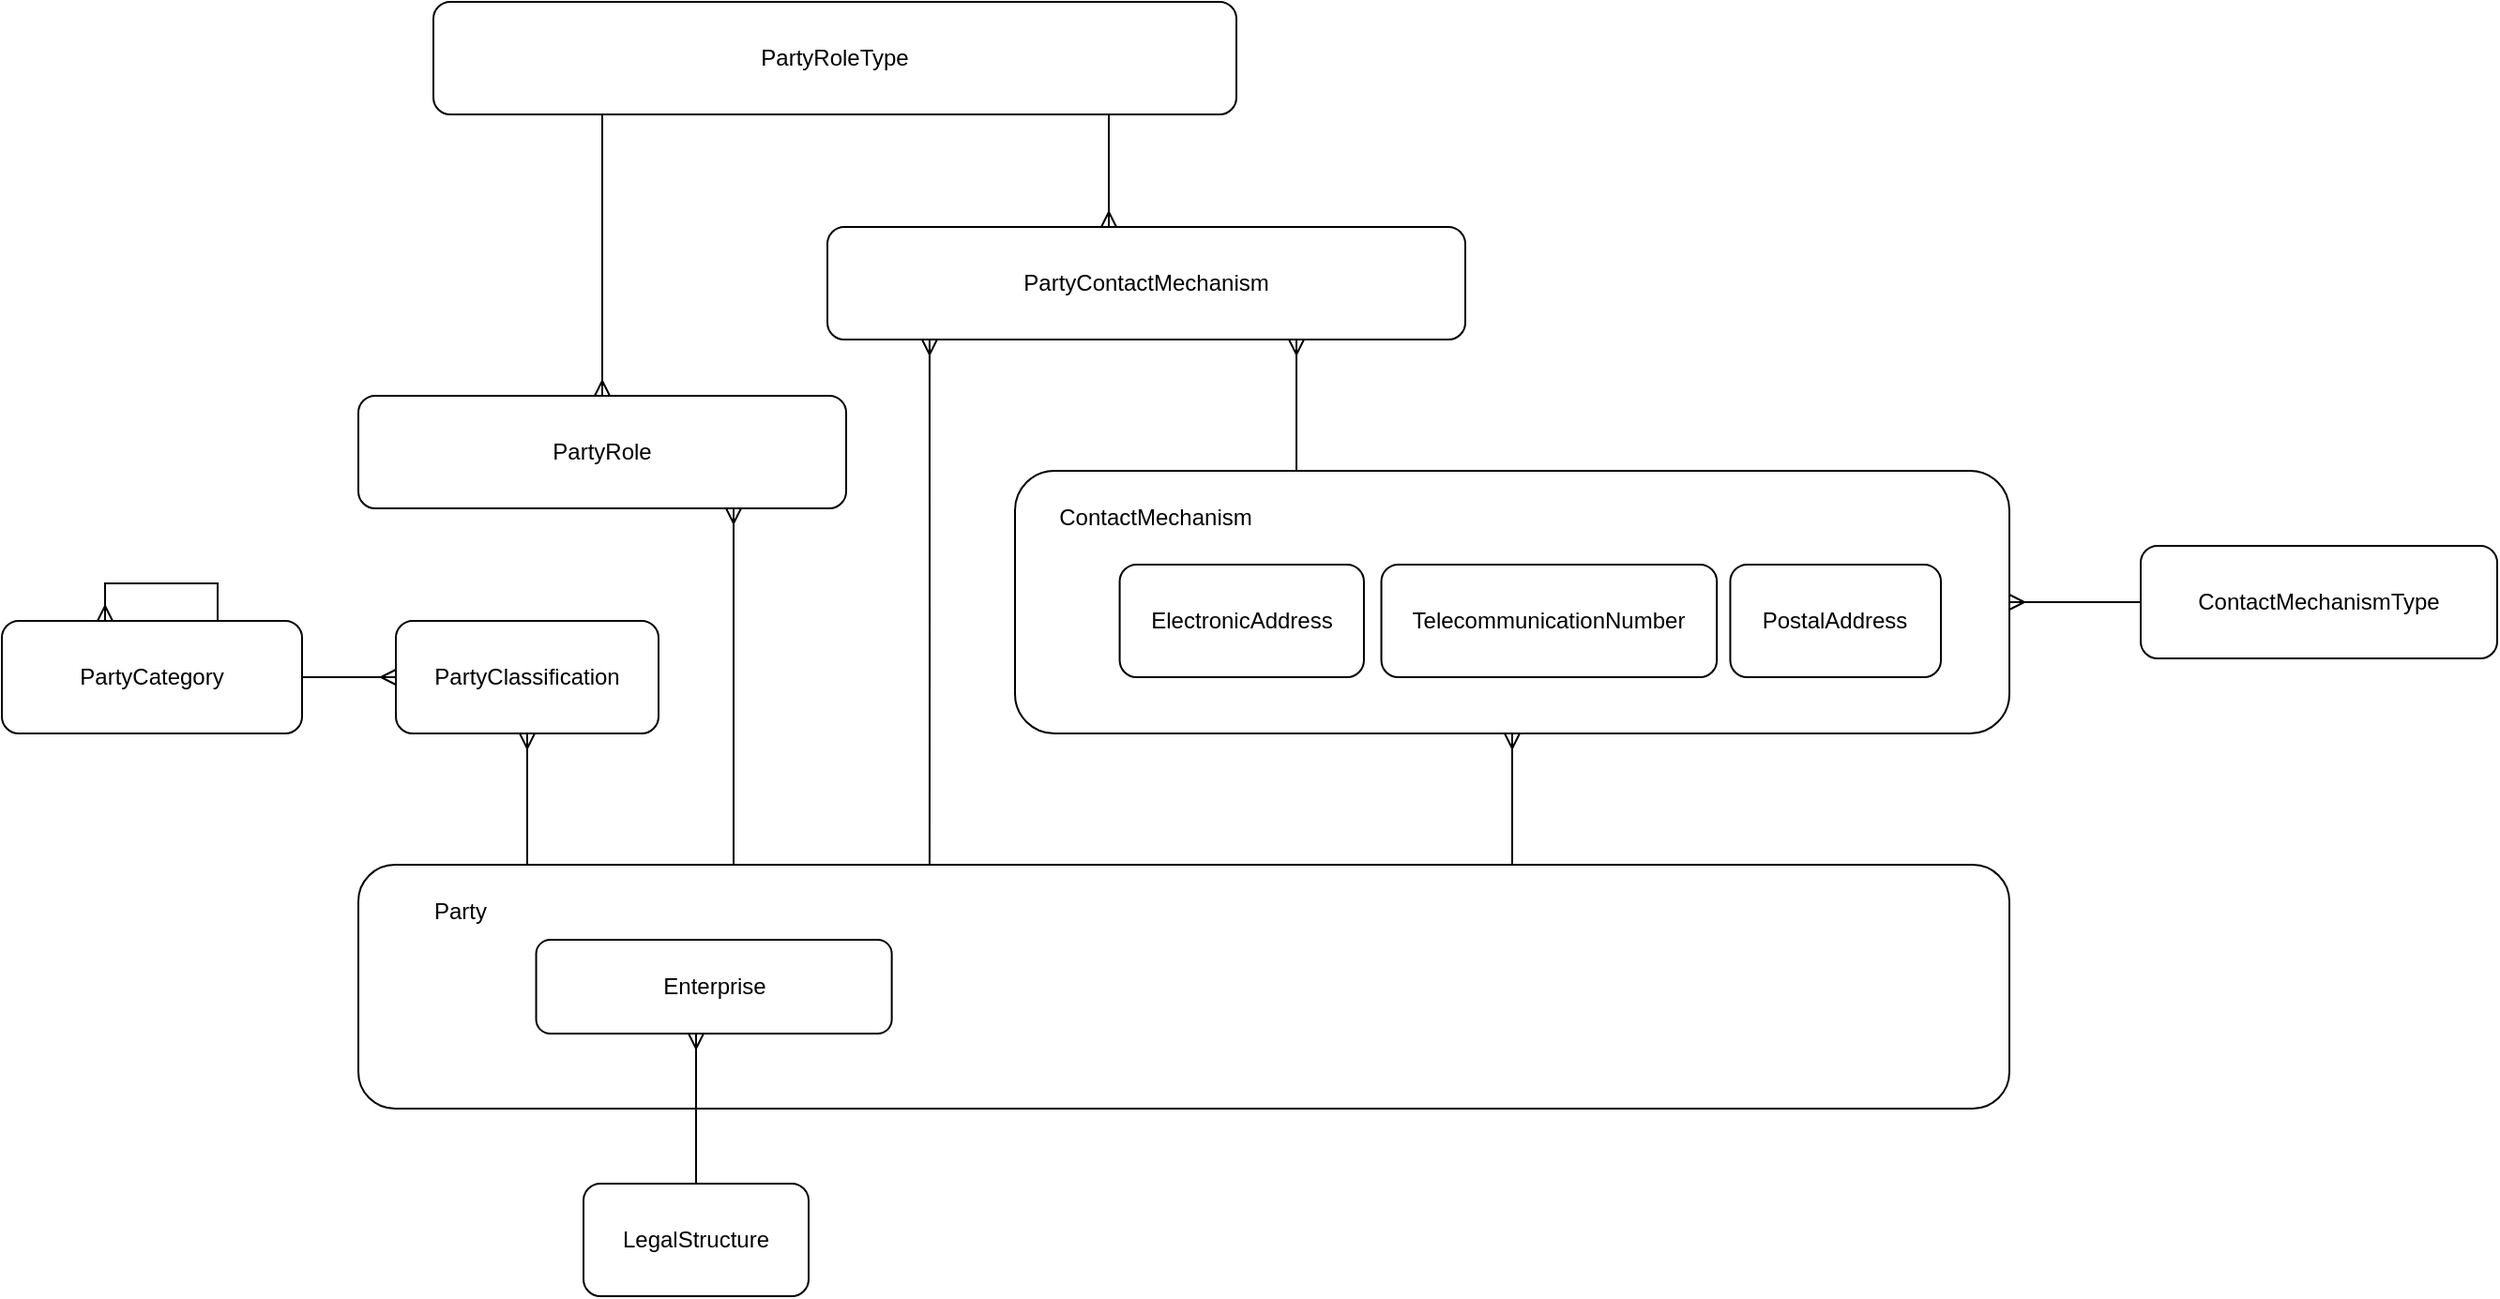
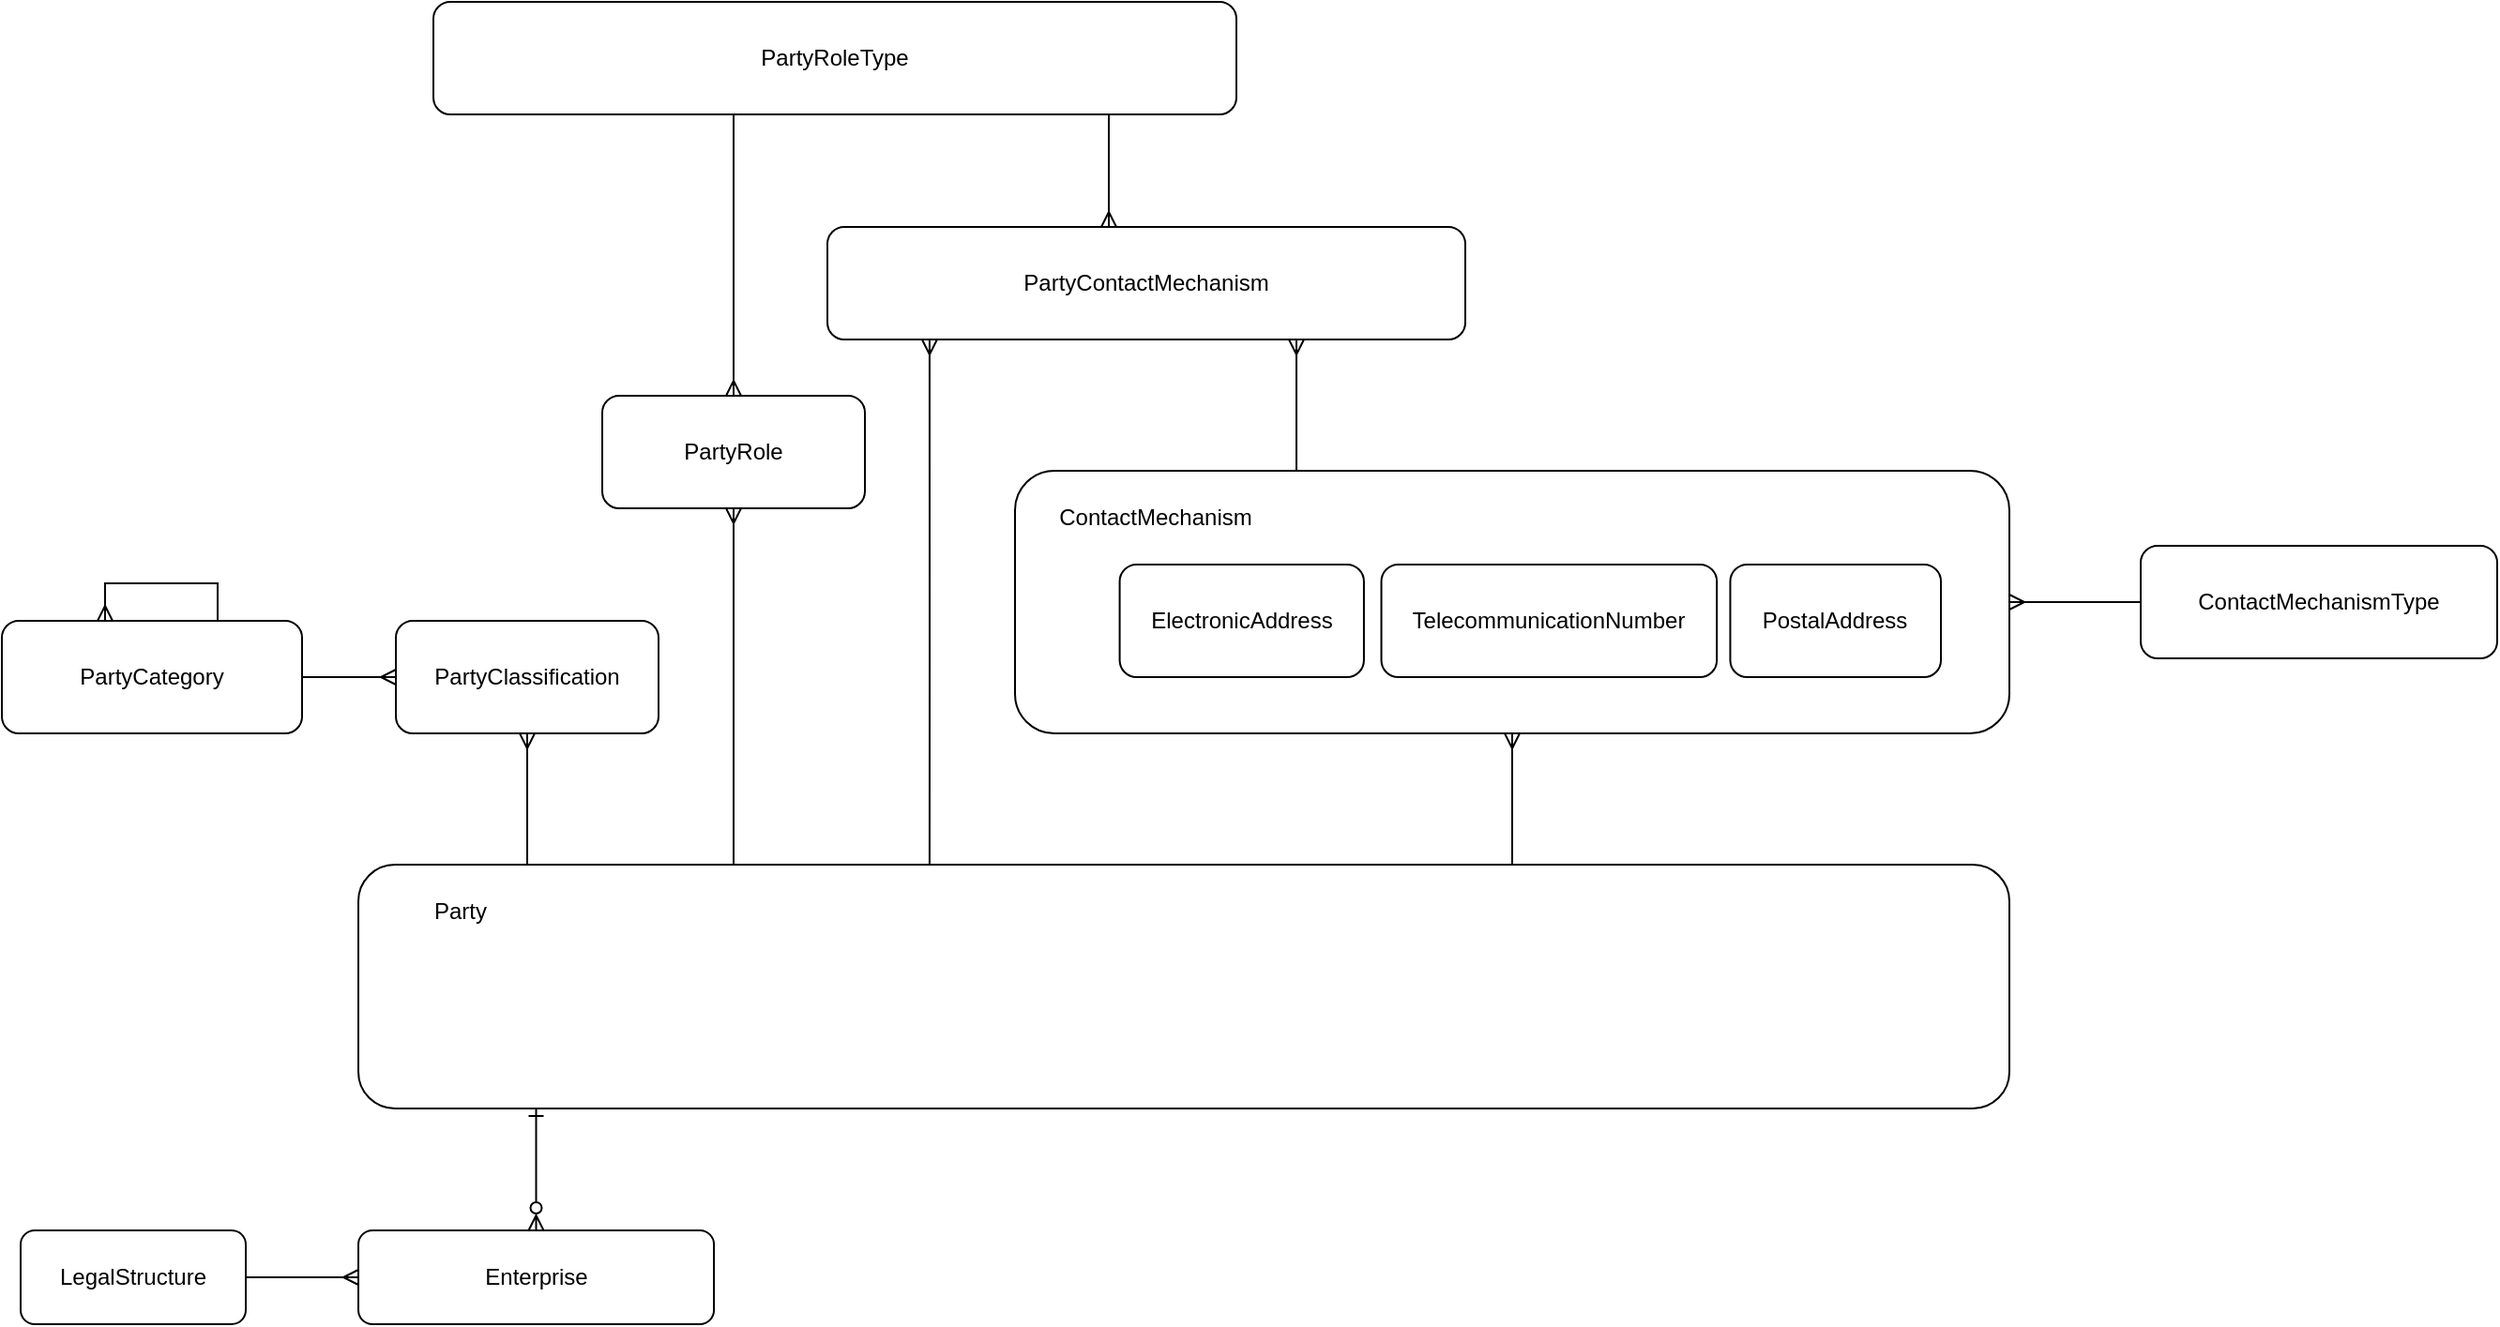
<mxfile host="app.diagrams.net" agent="Mozilla/5.0 (Windows NT 10.0; Win64; x64) AppleWebKit/537.36 (KHTML, like Gecko) Chrome/141.0.0.0 Safari/537.36" version="28.2.9">
  <diagram name="Page-1" id="d0nJ6Fx9cUZLMqGtfM0H">
-     <mxGraphModel dx="1918" dy="1618" grid="1" gridSize="10" guides="1" tooltips="1" connect="1" arrows="1" fold="1" page="1" pageScale="1" pageWidth="850" pageHeight="1100" math="0" shadow="0">
+     <mxGraphModel dx="1718" dy="1618" grid="1" gridSize="10" guides="1" tooltips="1" connect="1" arrows="1" fold="1" page="1" pageScale="1" pageWidth="850" pageHeight="1100" math="0" shadow="0">
      <root>
        <mxCell id="0" />
        <mxCell id="1" parent="0" />
        <mxCell id="tdPrWEJd15tEannaNgth-4" style="edgeStyle=orthogonalEdgeStyle;rounded=0;orthogonalLoop=1;jettySize=auto;html=1;startArrow=ERmany;startFill=0;endArrow=none;endFill=0;" edge="1" parent="1" source="tdPrWEJd15tEannaNgth-2" target="tdPrWEJd15tEannaNgth-3">
          <mxGeometry relative="1" as="geometry" />
        </mxCell>
        <mxCell id="tdPrWEJd15tEannaNgth-3" value="ContactMechanismType" style="rounded=1;whiteSpace=wrap;html=1;" vertex="1" parent="1">
          <mxGeometry x="600" y="240" width="190" height="60" as="geometry" />
        </mxCell>
        <mxCell id="tdPrWEJd15tEannaNgth-13" value="PartyRoleType" style="rounded=1;whiteSpace=wrap;html=1;" vertex="1" parent="1">
          <mxGeometry x="-310" y="-50" width="428" height="60" as="geometry" />
        </mxCell>
        <mxCell id="tdPrWEJd15tEannaNgth-14" style="edgeStyle=orthogonalEdgeStyle;rounded=0;orthogonalLoop=1;jettySize=auto;html=1;startArrow=ERmany;startFill=0;endArrow=none;endFill=0;" edge="1" parent="1" source="tdPrWEJd15tEannaNgth-15" target="tdPrWEJd15tEannaNgth-13">
          <mxGeometry relative="1" as="geometry">
            <mxPoint x="730" y="420" as="sourcePoint" />
            <mxPoint x="730" y="340" as="targetPoint" />
            <Array as="points">
              <mxPoint x="50" y="20" />
              <mxPoint x="50" y="20" />
            </Array>
          </mxGeometry>
        </mxCell>
        <mxCell id="tdPrWEJd15tEannaNgth-15" value="PartyContactMechanism" style="rounded=1;whiteSpace=wrap;html=1;" vertex="1" parent="1">
          <mxGeometry x="-100" y="70" width="340" height="60" as="geometry" />
        </mxCell>
        <mxCell id="tdPrWEJd15tEannaNgth-18" style="edgeStyle=orthogonalEdgeStyle;rounded=0;orthogonalLoop=1;jettySize=auto;html=1;startArrow=ERmany;startFill=0;endArrow=none;endFill=0;" edge="1" parent="1">
          <mxGeometry relative="1" as="geometry">
            <mxPoint x="-45.54117647058829" y="130" as="sourcePoint" />
            <mxPoint x="-45.54117647058829" y="410" as="targetPoint" />
            <Array as="points">
              <mxPoint x="-45.6" y="300" />
              <mxPoint x="-45.6" y="300" />
            </Array>
          </mxGeometry>
        </mxCell>
        <mxCell id="tdPrWEJd15tEannaNgth-19" value="" style="group" vertex="1" connectable="0" parent="1">
          <mxGeometry y="200" width="530" height="140" as="geometry" />
        </mxCell>
        <mxCell id="tdPrWEJd15tEannaNgth-2" value="" style="rounded=1;whiteSpace=wrap;html=1;" vertex="1" parent="tdPrWEJd15tEannaNgth-19">
          <mxGeometry width="530" height="140" as="geometry" />
        </mxCell>
        <mxCell id="tdPrWEJd15tEannaNgth-5" value="ElectronicAddress" style="rounded=1;whiteSpace=wrap;html=1;" vertex="1" parent="tdPrWEJd15tEannaNgth-19">
          <mxGeometry x="55.78947368421052" y="50" width="130.17543859649123" height="60" as="geometry" />
        </mxCell>
        <mxCell id="tdPrWEJd15tEannaNgth-6" value="TelecommunicationNumber" style="rounded=1;whiteSpace=wrap;html=1;" vertex="1" parent="tdPrWEJd15tEannaNgth-19">
          <mxGeometry x="195.26315789473682" y="50" width="178.81456140350878" height="60" as="geometry" />
        </mxCell>
        <mxCell id="tdPrWEJd15tEannaNgth-7" value="ContactMechanism" style="text;html=1;whiteSpace=wrap;strokeColor=none;fillColor=none;align=center;verticalAlign=middle;rounded=0;" vertex="1" parent="tdPrWEJd15tEannaNgth-19">
          <mxGeometry x="27.896882591093107" y="10" width="94.41295546558705" height="30" as="geometry" />
        </mxCell>
        <mxCell id="tdPrWEJd15tEannaNgth-8" value="PostalAddress" style="rounded=1;whiteSpace=wrap;html=1;" vertex="1" parent="tdPrWEJd15tEannaNgth-19">
          <mxGeometry x="381.2280701754386" y="50" width="112.29491228070175" height="60" as="geometry" />
        </mxCell>
        <mxCell id="tdPrWEJd15tEannaNgth-20" style="edgeStyle=orthogonalEdgeStyle;rounded=0;orthogonalLoop=1;jettySize=auto;html=1;startArrow=ERmany;startFill=0;endArrow=none;endFill=0;" edge="1" parent="1" source="tdPrWEJd15tEannaNgth-15" target="tdPrWEJd15tEannaNgth-2">
          <mxGeometry relative="1" as="geometry">
            <mxPoint x="370" y="120" as="sourcePoint" />
            <mxPoint x="370" y="430" as="targetPoint" />
            <Array as="points">
              <mxPoint x="150" y="160" />
              <mxPoint x="150" y="160" />
            </Array>
          </mxGeometry>
        </mxCell>
        <mxCell id="tdPrWEJd15tEannaNgth-21" style="edgeStyle=orthogonalEdgeStyle;rounded=0;orthogonalLoop=1;jettySize=auto;html=1;startArrow=ERmany;startFill=0;endArrow=none;endFill=0;" edge="1" parent="1" source="tdPrWEJd15tEannaNgth-2" target="tdPrWEJd15tEannaNgth-1">
          <mxGeometry relative="1" as="geometry">
            <mxPoint x="240" y="400" as="sourcePoint" />
            <mxPoint x="240" y="470" as="targetPoint" />
            <Array as="points">
              <mxPoint x="305" y="420" />
              <mxPoint x="305" y="420" />
            </Array>
          </mxGeometry>
        </mxCell>
        <mxCell id="tdPrWEJd15tEannaNgth-22" value="LegalStructure" style="rounded=1;whiteSpace=wrap;html=1;" vertex="1" parent="1">
-           <mxGeometry x="-230" y="580" width="120" height="60" as="geometry" />
-         </mxCell>
-         <mxCell id="tdPrWEJd15tEannaNgth-25" value="" style="group" vertex="1" connectable="0" parent="1">
-           <mxGeometry x="-350" y="410" width="880" height="130" as="geometry" />
-         </mxCell>
-         <mxCell id="tdPrWEJd15tEannaNgth-1" value="" style="rounded=1;whiteSpace=wrap;html=1;" vertex="1" parent="tdPrWEJd15tEannaNgth-25">
-           <mxGeometry width="880.0000000000001" height="130" as="geometry" />
-         </mxCell>
-         <mxCell id="tdPrWEJd15tEannaNgth-9" value="Party" style="text;html=1;whiteSpace=wrap;strokeColor=none;fillColor=none;align=center;verticalAlign=middle;rounded=0;" vertex="1" parent="tdPrWEJd15tEannaNgth-25">
-           <mxGeometry x="13.53846153846154" y="10" width="81.23076923076923" height="30" as="geometry" />
-         </mxCell>
-         <mxCell id="tdPrWEJd15tEannaNgth-17" value="Enterprise" style="rounded=1;whiteSpace=wrap;html=1;" vertex="1" parent="tdPrWEJd15tEannaNgth-25">
-           <mxGeometry x="94.76923076923076" y="40" width="189.53846153846152" height="50" as="geometry" />
+           <mxGeometry x="-530" y="605" width="120" height="50" as="geometry" />
        </mxCell>
        <mxCell id="tdPrWEJd15tEannaNgth-27" value="PartyClassification" style="rounded=1;whiteSpace=wrap;html=1;" vertex="1" parent="1">
          <mxGeometry x="-330" y="280" width="140" height="60" as="geometry" />
        </mxCell>
        <mxCell id="tdPrWEJd15tEannaNgth-28" value="PartyCategory" style="rounded=1;whiteSpace=wrap;html=1;" vertex="1" parent="1">
          <mxGeometry x="-540" y="280" width="160" height="60" as="geometry" />
        </mxCell>
        <mxCell id="tdPrWEJd15tEannaNgth-31" style="edgeStyle=orthogonalEdgeStyle;rounded=0;orthogonalLoop=1;jettySize=auto;html=1;startArrow=ERmany;startFill=0;endArrow=none;endFill=0;" edge="1" parent="1" source="tdPrWEJd15tEannaNgth-27" target="tdPrWEJd15tEannaNgth-1">
          <mxGeometry relative="1" as="geometry">
            <mxPoint x="-260" y="180" as="sourcePoint" />
            <mxPoint x="-260" y="250" as="targetPoint" />
            <Array as="points">
              <mxPoint x="-260" y="370" />
              <mxPoint x="-260" y="370" />
            </Array>
          </mxGeometry>
        </mxCell>
        <mxCell id="tdPrWEJd15tEannaNgth-32" style="edgeStyle=orthogonalEdgeStyle;rounded=0;orthogonalLoop=1;jettySize=auto;html=1;startArrow=ERmany;startFill=0;endArrow=none;endFill=0;" edge="1" parent="1" source="tdPrWEJd15tEannaNgth-27" target="tdPrWEJd15tEannaNgth-28">
          <mxGeometry relative="1" as="geometry">
            <mxPoint x="-230" y="200" as="sourcePoint" />
            <mxPoint x="-230" y="270" as="targetPoint" />
            <Array as="points" />
          </mxGeometry>
        </mxCell>
        <mxCell id="tdPrWEJd15tEannaNgth-33" style="edgeStyle=orthogonalEdgeStyle;rounded=0;orthogonalLoop=1;jettySize=auto;html=1;startArrow=ERmany;startFill=0;endArrow=none;endFill=0;" edge="1" parent="1">
          <mxGeometry relative="1" as="geometry">
            <mxPoint x="-485" y="280" as="sourcePoint" />
            <mxPoint x="-425" y="280" as="targetPoint" />
            <Array as="points">
              <mxPoint x="-485" y="260" />
              <mxPoint x="-425" y="260" />
            </Array>
          </mxGeometry>
        </mxCell>
        <mxCell id="tdPrWEJd15tEannaNgth-34" style="edgeStyle=orthogonalEdgeStyle;rounded=0;orthogonalLoop=1;jettySize=auto;html=1;startArrow=ERmany;startFill=0;endArrow=none;endFill=0;" edge="1" parent="1" source="tdPrWEJd15tEannaNgth-17" target="tdPrWEJd15tEannaNgth-22">
          <mxGeometry relative="1" as="geometry">
-             <mxPoint x="-160" y="580" as="sourcePoint" />
-             <mxPoint x="-160" y="650" as="targetPoint" />
+             <mxPoint x="10" y="1035" as="sourcePoint" />
+             <mxPoint x="10" y="1105" as="targetPoint" />
            <Array as="points">
-               <mxPoint x="-170" y="550" />
-               <mxPoint x="-170" y="550" />
+               <mxPoint x="-380" y="630" />
+               <mxPoint x="-380" y="630" />
            </Array>
          </mxGeometry>
        </mxCell>
        <mxCell id="tdPrWEJd15tEannaNgth-35" value="PartyRole" style="rounded=1;whiteSpace=wrap;html=1;" vertex="1" parent="1">
-           <mxGeometry x="-350" y="160" width="260" height="60" as="geometry" />
+           <mxGeometry x="-220" y="160" width="140" height="60" as="geometry" />
        </mxCell>
        <mxCell id="tdPrWEJd15tEannaNgth-37" style="edgeStyle=orthogonalEdgeStyle;rounded=0;orthogonalLoop=1;jettySize=auto;html=1;startArrow=ERmany;startFill=0;endArrow=none;endFill=0;" edge="1" parent="1" source="tdPrWEJd15tEannaNgth-35" target="tdPrWEJd15tEannaNgth-1">
          <mxGeometry relative="1" as="geometry">
            <mxPoint x="-130" y="350" as="sourcePoint" />
            <mxPoint x="-130" y="420" as="targetPoint" />
            <Array as="points">
              <mxPoint x="-150" y="260" />
              <mxPoint x="-150" y="260" />
            </Array>
          </mxGeometry>
        </mxCell>
-         <mxCell id="tdPrWEJd15tEannaNgth-38" style="edgeStyle=orthogonalEdgeStyle;rounded=0;orthogonalLoop=1;jettySize=auto;html=1;startArrow=ERmany;startFill=0;endArrow=none;endFill=0;" edge="1" parent="1" source="tdPrWEJd15tEannaNgth-35" target="tdPrWEJd15tEannaNgth-13">
+         <mxCell id="tdPrWEJd15tEannaNgth-38" style="edgeStyle=orthogonalEdgeStyle;rounded=0;orthogonalLoop=1;jettySize=auto;html=1;startArrow=ERmany;startFill=0;endArrow=none;endFill=0;" edge="1" parent="1">
          <mxGeometry relative="1" as="geometry">
-             <mxPoint x="-170" y="70" as="sourcePoint" />
-             <mxPoint x="-170" y="260" as="targetPoint" />
+             <mxPoint x="-150" y="160" as="sourcePoint" />
+             <mxPoint x="-150" y="10" as="targetPoint" />
            <Array as="points">
-               <mxPoint x="-220" y="40" />
-               <mxPoint x="-220" y="40" />
+               <mxPoint x="-150" y="40" />
+               <mxPoint x="-150" y="40" />
            </Array>
          </mxGeometry>
+         </mxCell>
+         <mxCell id="tdPrWEJd15tEannaNgth-1" value="" style="rounded=1;whiteSpace=wrap;html=1;" vertex="1" parent="1">
+           <mxGeometry x="-350" y="410" width="880.0000000000001" height="130" as="geometry" />
+         </mxCell>
+         <mxCell id="tdPrWEJd15tEannaNgth-9" value="Party" style="text;html=1;whiteSpace=wrap;strokeColor=none;fillColor=none;align=center;verticalAlign=middle;rounded=0;" vertex="1" parent="1">
+           <mxGeometry x="-336.46153846153845" y="420" width="81.23076923076923" height="30" as="geometry" />
+         </mxCell>
+         <mxCell id="tdPrWEJd15tEannaNgth-39" style="edgeStyle=orthogonalEdgeStyle;rounded=0;orthogonalLoop=1;jettySize=auto;html=1;endArrow=ERone;endFill=0;startArrow=ERzeroToMany;startFill=0;" edge="1" parent="1" source="tdPrWEJd15tEannaNgth-17" target="tdPrWEJd15tEannaNgth-1">
+           <mxGeometry relative="1" as="geometry">
+             <Array as="points">
+               <mxPoint x="-255" y="560" />
+               <mxPoint x="-255" y="560" />
+             </Array>
+           </mxGeometry>
+         </mxCell>
+         <mxCell id="tdPrWEJd15tEannaNgth-17" value="Enterprise" style="rounded=1;whiteSpace=wrap;html=1;" vertex="1" parent="1">
+           <mxGeometry x="-350.00076923076927" y="605" width="189.53846153846152" height="50" as="geometry" />
        </mxCell>
      </root>
    </mxGraphModel>
  </diagram>
</mxfile>
